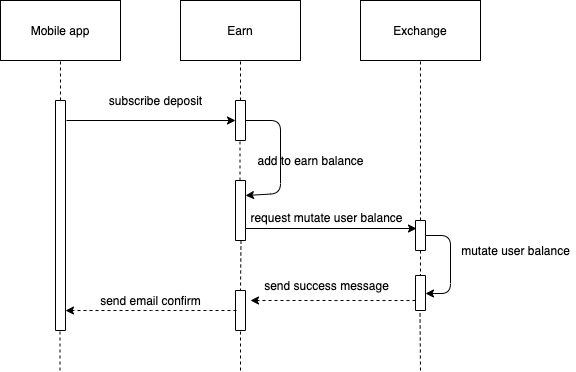
Above: sequnce_token.png in trkhoi/tokenomy (draw.io), before the change. Source tidied: cells renumbered, new cells last; positions are measured from the earlier drawing's top-left corner, leaving out a move shared by most shapes.
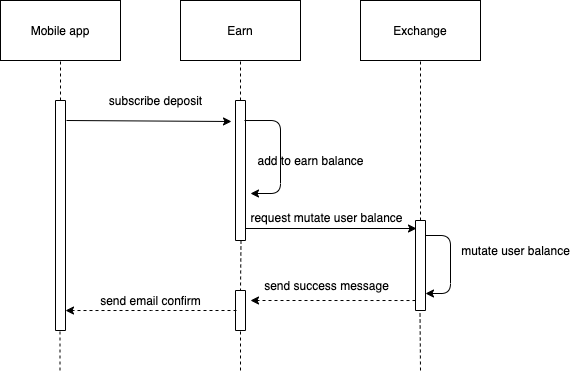
After the commit.

Diff of the diagram source:
```diff
@@ -19,7 +19,7 @@
     <mxCell id="6" style="rounded=0;whiteSpace=wrap;html=1;direction=south;" parent="1" vertex="1">
       <mxGeometry x="55" y="100" width="10" height="230" as="geometry" />
     </mxCell>
-    <mxCell id="7" style="endArrow=classic;html=1;entryX=0.5;entryY=1;entryDx=0;entryDy=0;" parent="1" edge="1" target="9">
+    <mxCell id="7" style="endArrow=classic;html=1;entryX=0.15;entryY=1.4;entryDx=0;entryDy=0;entryPerimeter=0;" parent="1" edge="1" target="9">
       <mxGeometry relative="1" as="geometry">
         <mxPoint x="66" y="120" as="sourcePoint" />
       </mxGeometry>
@@ -30,7 +30,7 @@
       </mxGeometry>
     </mxCell>
     <mxCell id="9" style="rounded=0;whiteSpace=wrap;html=1;direction=south;" parent="1" vertex="1">
-      <mxGeometry x="235" y="100" width="10" height="40" as="geometry" />
+      <mxGeometry x="235" y="100" width="10" height="140" as="geometry" />
     </mxCell>
     <mxCell id="10" value="add to earn balance" style="text;html=1;align=center;verticalAlign=middle;strokeColor=none;" parent="1" vertex="1">
       <mxGeometry x="250" y="150" width="120" height="20" as="geometry" />
@@ -38,17 +38,9 @@
     <mxCell id="11" value="subscribe deposit" style="text;html=1;align=center;verticalAlign=middle;strokeColor=none;" parent="1" vertex="1">
       <mxGeometry x="100" y="90" width="110" height="20" as="geometry" />
     </mxCell>
-    <mxCell id="12" style="endArrow=none;html=1;entryX=0.5;entryY=1;entryDx=0;entryDy=0;dashed=1;" parent="1" edge="1">
-      <mxGeometry relative="1" as="geometry">
-        <mxPoint x="239.5" y="180" as="sourcePoint" />
-        <mxPoint x="239.5" y="140" as="targetPoint" />
-      </mxGeometry>
-    </mxCell>
-    <mxCell id="13" style="rounded=0;whiteSpace=wrap;html=1;direction=south;" parent="1" vertex="1">
-      <mxGeometry x="235" y="180" width="10" height="60" as="geometry" />
-    </mxCell>
-    <mxCell id="14" style="endArrow=classic;html=1;exitX=0.5;exitY=0;exitDx=0;exitDy=0;entryX=0.25;entryY=0;entryDx=0;entryDy=0;" parent="1" edge="1" source="9" target="13">
+    <mxCell id="14" style="endArrow=classic;html=1;exitX=0.143;exitY=0.1;exitDx=0;exitDy=0;exitPerimeter=0;" parent="1" edge="1" source="9">
       <mxGeometry relative="1" as="geometry">
+        <mxPoint x="250" y="193" as="targetPoint" />
         <Array as="points">
           <mxPoint x="280" y="120" />
           <mxPoint x="280" y="193" />
@@ -56,7 +48,7 @@
       </mxGeometry>
     </mxCell>
     <mxCell id="15" style="rounded=0;whiteSpace=wrap;html=1;direction=south;" parent="1" vertex="1">
-      <mxGeometry x="415" y="220" width="10" height="30" as="geometry" />
+      <mxGeometry x="415" y="220" width="10" height="90" as="geometry" />
     </mxCell>
     <mxCell id="16" style="endArrow=none;html=1;dashed=1;entryX=0.5;entryY=1;entryDx=0;entryDy=0;exitX=0;exitY=0.5;exitDx=0;exitDy=0;" parent="1" edge="1" source="15" target="4">
       <mxGeometry relative="1" as="geometry" />
@@ -100,14 +92,9 @@
     <mxCell id="24" value="send email confirm" style="text;html=1;align=center;verticalAlign=middle;strokeColor=none;" parent="1" vertex="1">
       <mxGeometry x="90" y="290" width="120" height="20" as="geometry" />
     </mxCell>
-    <mxCell id="25" style="rounded=0;whiteSpace=wrap;html=1;direction=south;" parent="1" vertex="1">
-      <mxGeometry x="415" y="275" width="10" height="35" as="geometry" />
-    </mxCell>
-    <mxCell id="26" style="endArrow=none;html=1;dashed=1;exitX=1;exitY=0.5;exitDx=0;exitDy=0;entryX=0;entryY=0.5;entryDx=0;entryDy=0;" parent="1" edge="1" source="15" target="25">
-      <mxGeometry relative="1" as="geometry" />
-    </mxCell>
-    <mxCell id="27" style="endArrow=classic;html=1;exitX=0.5;exitY=0;exitDx=0;exitDy=0;" parent="1" edge="1" source="15">
+    <mxCell id="27" style="endArrow=classic;html=1;" parent="1" edge="1">
       <mxGeometry relative="1" as="geometry">
+        <mxPoint x="425" y="235" as="sourcePoint" />
         <mxPoint x="425" y="293" as="targetPoint" />
         <Array as="points">
           <mxPoint x="450" y="235" />
```
